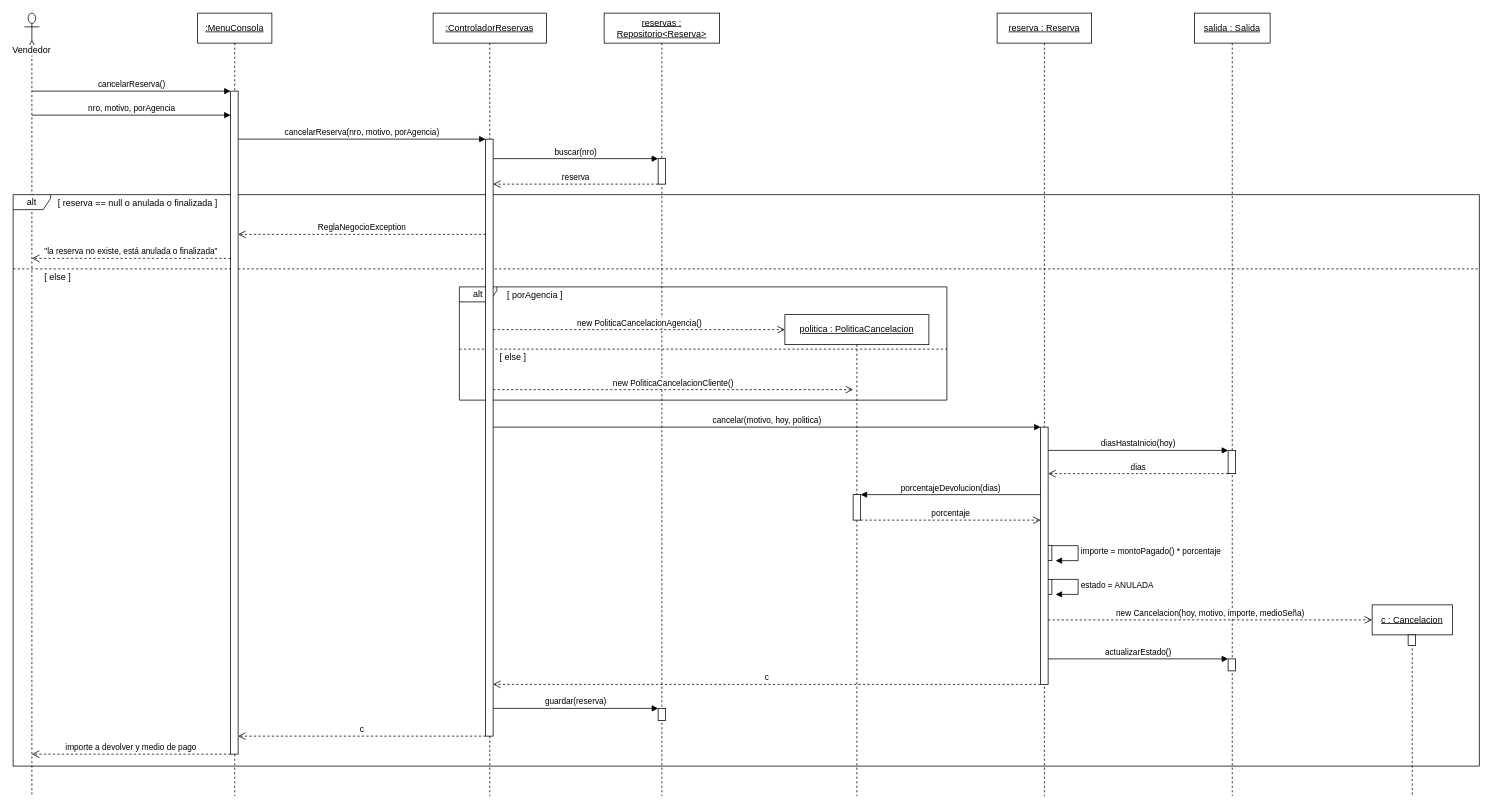
Earlier version of the draw.io diagram docs/uml/secuencia_cancelar_reserva.drawio (juampe-sudo/TPPOO). Source tidied: cells renumbered, new cells numbered last; positions are measured from the earlier drawing's top-left corner, leaving out a move shared by most shapes. Both pictures are drawn from the tidied source at 75%, with x=0, y=0 at pixel (13, 13).
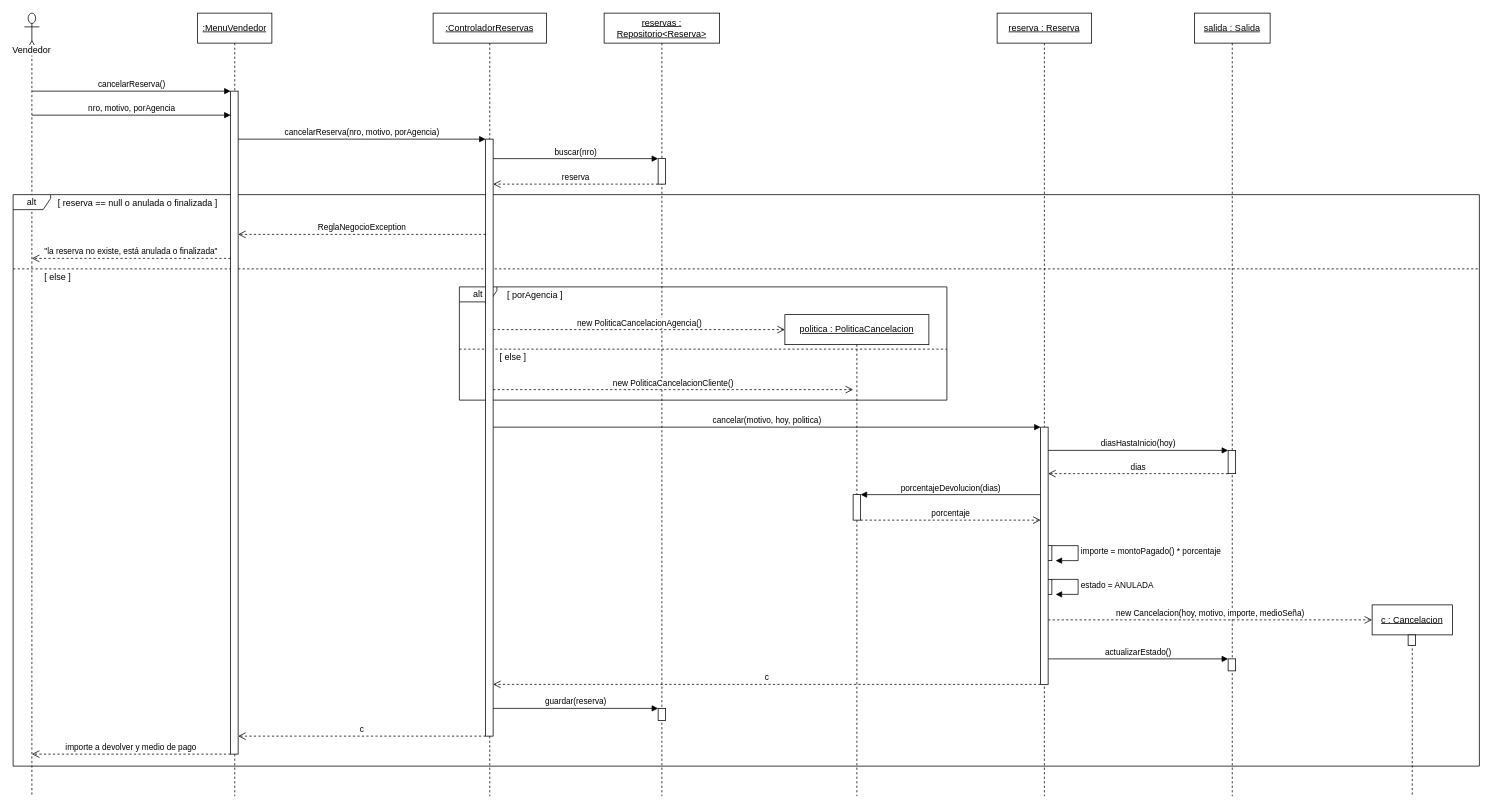
The same diagram, later.

Commit message (it also covers changes not shown here):
en las secuencias el que llama al controlador ahora es MenuVendedor

Diff of the diagram source:
```diff
@@
-    <mxCell id="8" value=":MenuConsola" style="shape=umlLifeline;perimeter=lifelinePerimeter;whiteSpace=wrap;html=1;size=40;fontStyle=4;" parent="1" vertex="1">
+    <mxCell id="8" value=":MenuVendedor" style="shape=umlLifeline;perimeter=lifelinePerimeter;whiteSpace=wrap;html=1;size=40;fontStyle=4;" parent="1" vertex="1">
       <mxGeometry x="246" width="99" height="1044" as="geometry" />
     </mxCell>
```
